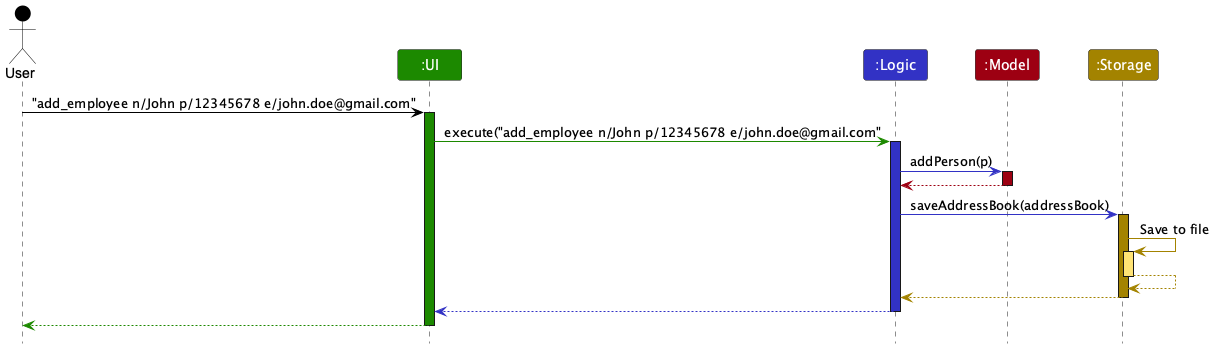
Before: docs/images/ArchitectureSequenceDiagram.png, a diagram exported from PlantUML (AY2526S1-CS2103T-T08-3/tp).
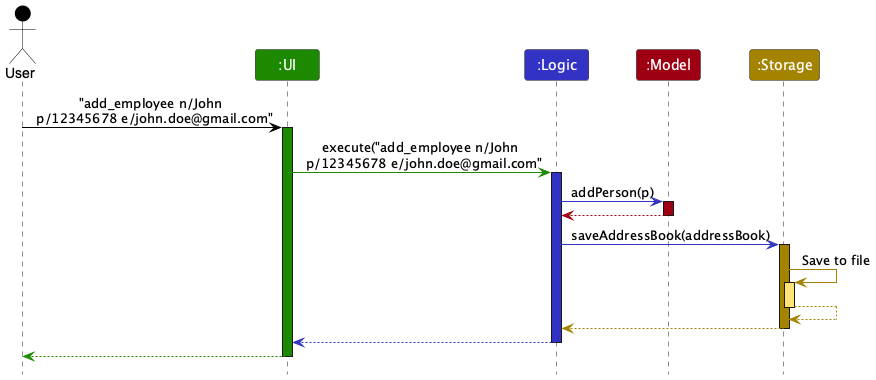
Later version of the same file.

Diff of the diagram source:
```diff
@@ -8,10 +8,10 @@
 Participant ":Model" as model MODEL_COLOR
 Participant ":Storage" as storage STORAGE_COLOR
 
-user -[USER_COLOR]> ui : "add_employee n/John p/12345678 e/john.doe@gmail.com"
+user -[USER_COLOR]> ui : "add_employee n/John \n p/12345678 e/john.doe@gmail.com"
 activate ui UI_COLOR
 
-ui -[UI_COLOR]> logic : execute("add_employee n/John p/12345678 e/john.doe@gmail.com"
+ui -[UI_COLOR]> logic : execute("add_employee n/John \n p/12345678 e/john.doe@gmail.com"
 activate logic LOGIC_COLOR
 
 logic -[LOGIC_COLOR]> model : addPerson(p)
```
